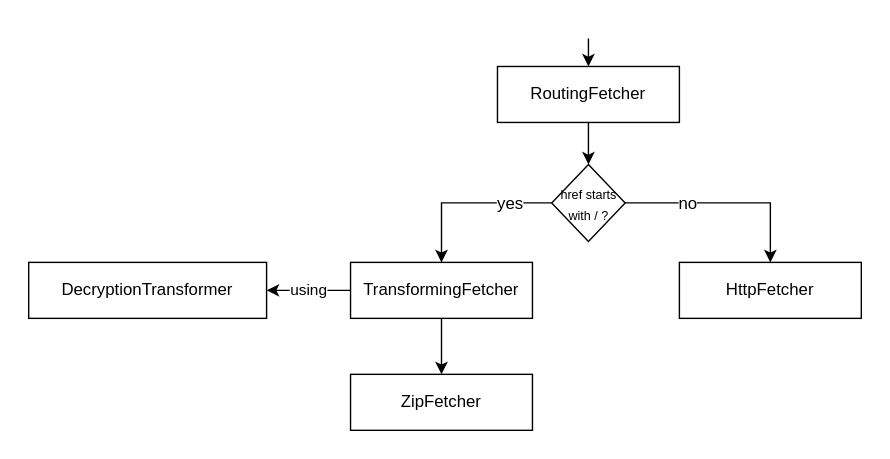
The draw.io diagram proposals/assets/002-lcp.svg in readium/architecture, before a commit. Source tidied: cells renumbered, new cells last; positions are measured from the earlier drawing's top-left corner, leaving out a move shared by most shapes. The source it was exported from:
```xml
<mxGraphModel>
  <root>
    <mxCell id="0" />
    <mxCell id="1" parent="0" />
    <mxCell id="2" value="DecryptionTransformer" style="rounded=0;whiteSpace=wrap;html=1;" parent="1" vertex="1">
      <mxGeometry y="160" width="170" height="40" as="geometry" />
    </mxCell>
    <mxCell id="3" style="edgeStyle=orthogonalEdgeStyle;rounded=0;jettySize=auto;html=1;entryX=0.5;entryY=0;entryDx=0;entryDy=0;" parent="1" edge="1" source="4" target="14">
      <mxGeometry relative="1" as="geometry" />
    </mxCell>
    <mxCell id="4" value="RoutingFetcher" style="rounded=0;whiteSpace=wrap;html=1;" parent="1" vertex="1">
      <mxGeometry x="335" y="20" width="130" height="40" as="geometry" />
    </mxCell>
    <mxCell id="5" value="HttpFetcher" style="rounded=0;whiteSpace=wrap;html=1;" parent="1" vertex="1">
      <mxGeometry x="465" y="160" width="130" height="40" as="geometry" />
    </mxCell>
    <mxCell id="6" style="edgeStyle=orthogonalEdgeStyle;rounded=0;jettySize=auto;html=1;entryX=0.5;entryY=0;entryDx=0;entryDy=0;" parent="1" edge="1" source="8" target="9">
      <mxGeometry relative="1" as="geometry" />
    </mxCell>
    <mxCell id="7" value="using" style="edgeStyle=orthogonalEdgeStyle;rounded=0;jettySize=auto;html=1;entryX=1;entryY=0.5;entryDx=0;entryDy=0;" parent="1" edge="1" source="8" target="2">
      <mxGeometry relative="1" as="geometry" />
    </mxCell>
    <mxCell id="8" value="TransformingFetcher" style="rounded=0;whiteSpace=wrap;html=1;" parent="1" vertex="1">
      <mxGeometry x="230" y="160" width="130" height="40" as="geometry" />
    </mxCell>
    <mxCell id="9" value="ZipFetcher" style="rounded=0;whiteSpace=wrap;html=1;" parent="1" vertex="1">
      <mxGeometry x="230" y="240" width="130" height="40" as="geometry" />
    </mxCell>
    <mxCell id="10" style="edgeStyle=orthogonalEdgeStyle;rounded=0;jettySize=auto;html=1;entryX=0.5;entryY=0;entryDx=0;entryDy=0;" parent="1" edge="1" source="14" target="5">
      <mxGeometry relative="1" as="geometry" />
    </mxCell>
    <mxCell id="11" value="no" style="text;html=1;align=center;verticalAlign=middle;labelBackgroundColor=#ffffff;" parent="10" vertex="1">
      <mxGeometry x="-0.17" relative="1" as="geometry">
        <mxPoint x="-16.9" as="offset" />
      </mxGeometry>
    </mxCell>
    <mxCell id="12" style="edgeStyle=orthogonalEdgeStyle;rounded=0;jettySize=auto;html=1;entryX=0.5;entryY=0;entryDx=0;entryDy=0;" parent="1" edge="1" source="14" target="8">
      <mxGeometry relative="1" as="geometry" />
    </mxCell>
    <mxCell id="13" value="yes" style="text;html=1;align=center;verticalAlign=middle;labelBackgroundColor=#ffffff;" parent="12" vertex="1">
      <mxGeometry x="-0.53" y="3" relative="1" as="geometry">
        <mxPoint x="-2.7" y="-3" as="offset" />
      </mxGeometry>
    </mxCell>
    <mxCell id="14" value="&lt;font style=&quot;font-size: 9px&quot;&gt;href starts with / ?&lt;/font&gt;" style="rhombus;whiteSpace=wrap;html=1;" parent="1" vertex="1">
      <mxGeometry x="373.8" y="90" width="52.5" height="55" as="geometry" />
    </mxCell>
    <mxCell id="15" style="endArrow=classic;html=1;entryX=0.5;entryY=0;entryDx=0;entryDy=0;" parent="1" edge="1" target="4">
      <mxGeometry relative="1" as="geometry">
        <mxPoint x="400" as="sourcePoint" />
      </mxGeometry>
    </mxCell>
  </root>
</mxGraphModel>
```
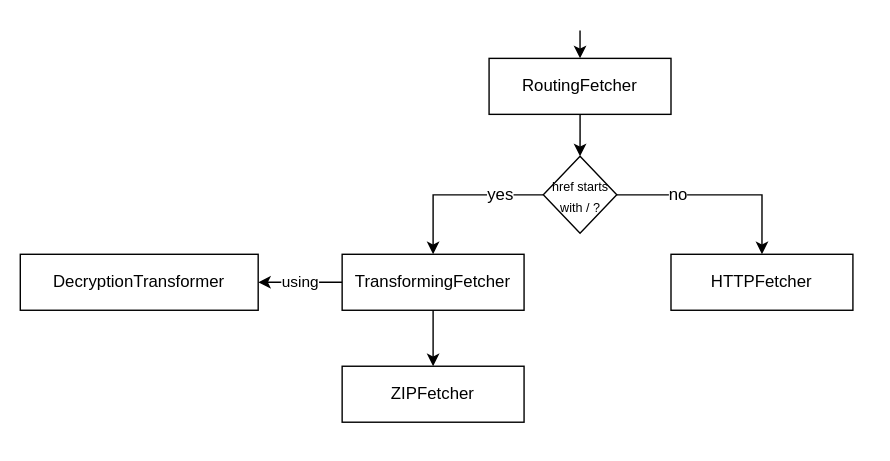
Above is the later version.

Diff of the diagram source:
```diff
@@ -11,7 +11,7 @@
     <mxCell id="4" value="RoutingFetcher" style="rounded=0;whiteSpace=wrap;html=1;" parent="1" vertex="1">
       <mxGeometry x="335" y="20" width="130" height="40" as="geometry" />
     </mxCell>
-    <mxCell id="5" value="HttpFetcher" style="rounded=0;whiteSpace=wrap;html=1;" parent="1" vertex="1">
+    <mxCell id="5" value="HTTPFetcher" style="rounded=0;whiteSpace=wrap;html=1;" parent="1" vertex="1">
       <mxGeometry x="465" y="160" width="130" height="40" as="geometry" />
     </mxCell>
     <mxCell id="6" style="edgeStyle=orthogonalEdgeStyle;rounded=0;jettySize=auto;html=1;entryX=0.5;entryY=0;entryDx=0;entryDy=0;" parent="1" edge="1" source="8" target="9">
@@ -23,7 +23,7 @@
     <mxCell id="8" value="TransformingFetcher" style="rounded=0;whiteSpace=wrap;html=1;" parent="1" vertex="1">
       <mxGeometry x="230" y="160" width="130" height="40" as="geometry" />
     </mxCell>
-    <mxCell id="9" value="ZipFetcher" style="rounded=0;whiteSpace=wrap;html=1;" parent="1" vertex="1">
+    <mxCell id="9" value="ZIPFetcher" style="rounded=0;whiteSpace=wrap;html=1;" parent="1" vertex="1">
       <mxGeometry x="230" y="240" width="130" height="40" as="geometry" />
     </mxCell>
     <mxCell id="10" style="edgeStyle=orthogonalEdgeStyle;rounded=0;jettySize=auto;html=1;entryX=0.5;entryY=0;entryDx=0;entryDy=0;" parent="1" edge="1" source="14" target="5">
```
